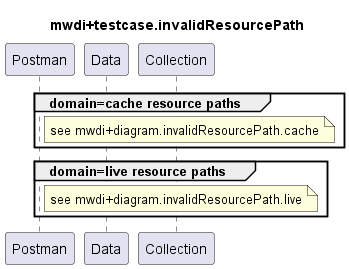
The PlantUML diagram testing/2_functional/invalidResourcePath/mwdi+diagram.invalidResourcePath.png in openBackhaul/MicroWaveDeviceInventory, before a commit. Its diagram source:
```plantuml
@startuml mwdi+diagram.invalidResourcePath
skinparam responseMessageBelowArrow true

title
mwdi+testcase.invalidResourcePath
end title

participant "Postman" as Postman
participant "Data" as Data
participant "Collection" as Collection

group domain=cache resource paths
  note right Postman
    see mwdi+diagram.invalidResourcePath.cache
  end note
end

group domain=live resource paths
  note right Postman
    see mwdi+diagram.invalidResourcePath.live
  end note
end

deactivate Postman

@enduml
```
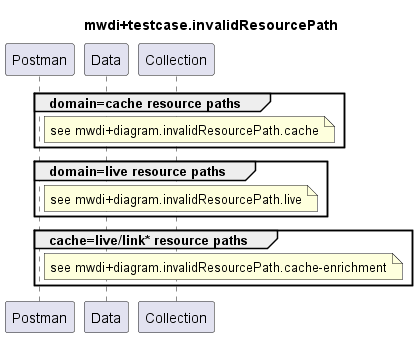
Above is the later version.

Diff of the diagram source:
```diff
@@ -21,6 +21,12 @@
   end note
 end
 
+group cache=live/link* resource paths
+  note right Postman
+    see mwdi+diagram.invalidResourcePath.cache-enrichment
+  end note
+end
+
 deactivate Postman
 
 @enduml
```
